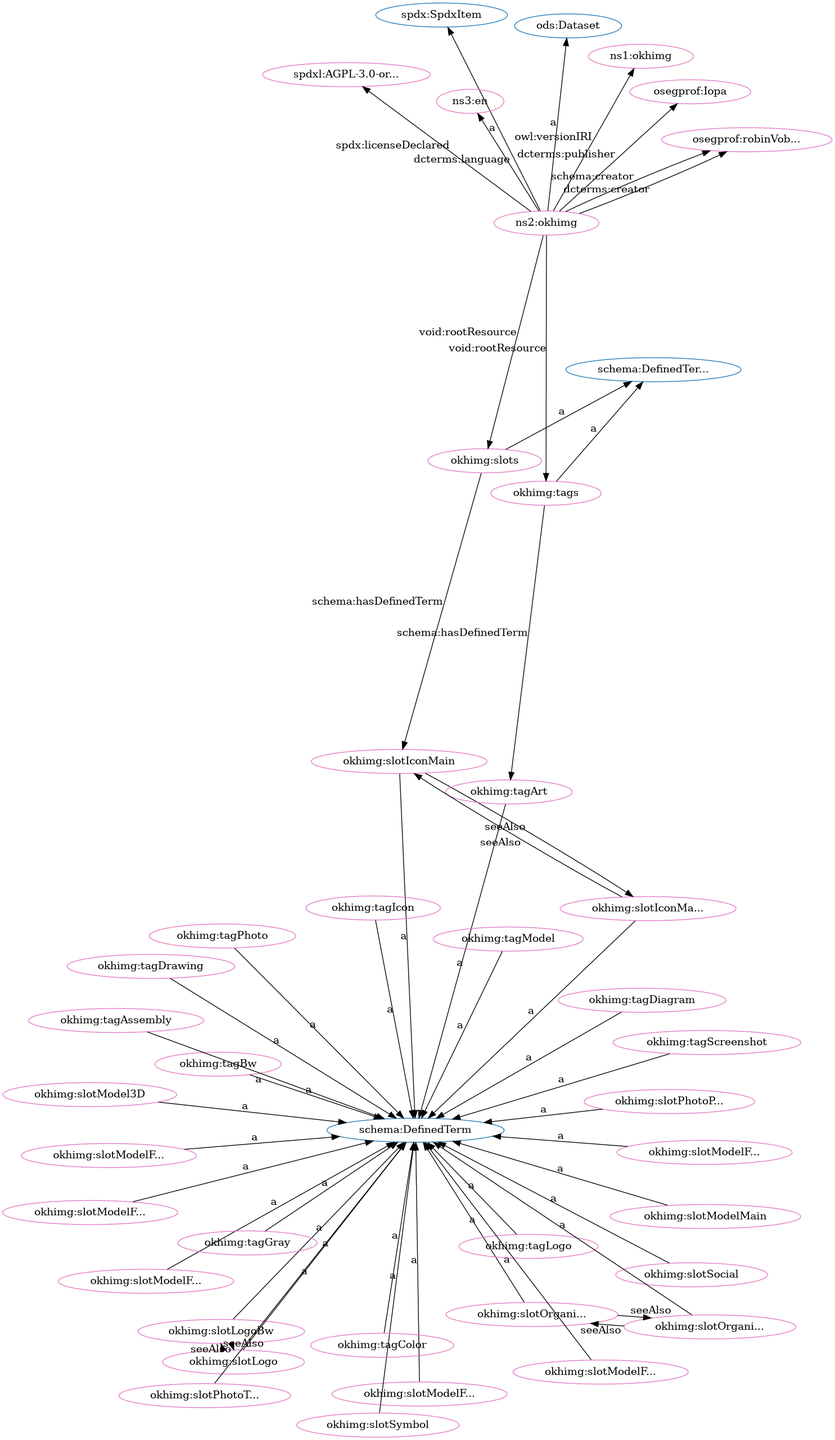
This is src/spec/fdp_okh-img.png from iop-alliance/OpenKnowHow, a Graphviz export, as it was before one commit. Its source is kept beside it as src/spec/fdp_okh-img.dot.
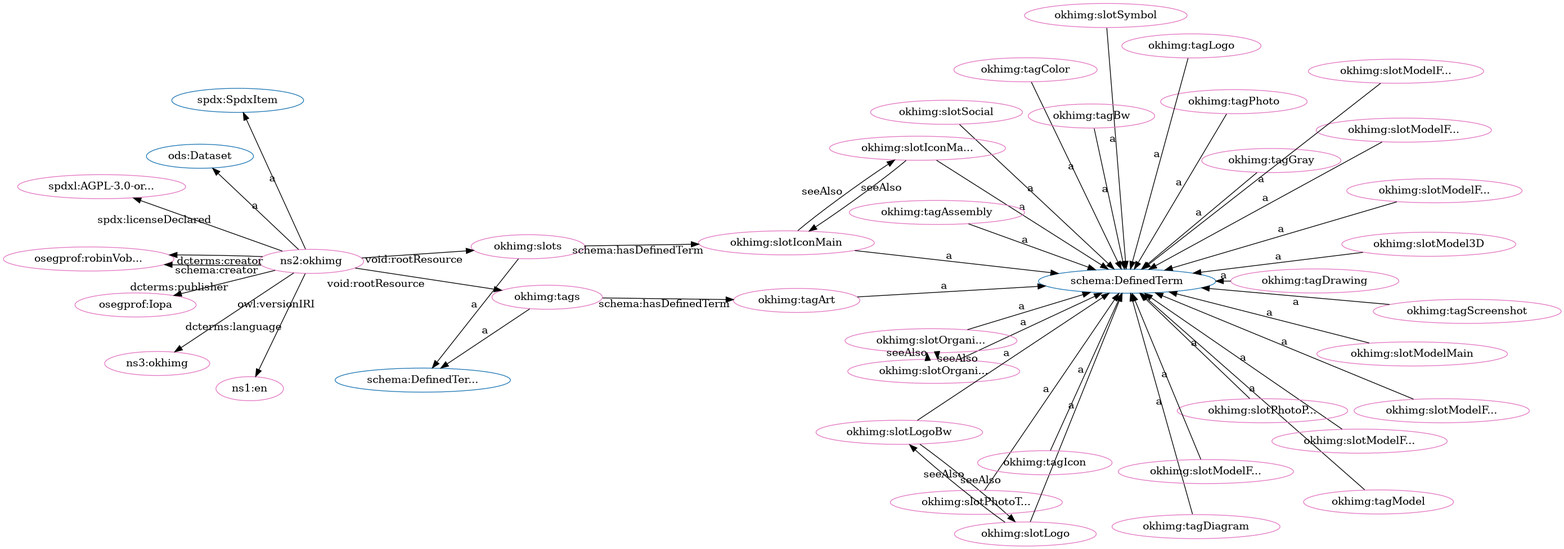
Later version of the same file.

Change to the diagram source:
```diff
@@ -1,96 +1,96 @@
 digraph G {
   rankdir=BT
   node[height=.3]
+"http://schema.org/DefinedTerm" [fillcolor="#1f77b4" color="#1f77b4" label="schema:DefinedTerm"]
 "http://spdx.org/rdf/terms#SpdxItem" [fillcolor="#1f77b4" color="#1f77b4" label="spdx:SpdxItem"]
-"http://schema.org/DefinedTerm" [fillcolor="#1f77b4" color="#1f77b4" label="schema:DefinedTerm"]
 "http://schema.org/DefinedTermSet" [fillcolor="#1f77b4" color="#1f77b4" label="schema:DefinedTer..."]
 "http://w3id.org/oseg/ont/ods#Dataset" [fillcolor="#1f77b4" color="#1f77b4" label="ods:Dataset"]
-"http://w3id.org/oseg/ont/0.1.0/okhimg" [fillcolor="#e377c2" color="#e377c2" label="ns1:okhimg"]
+"http://w3id.org/oseg/ont/okhimg#tagColor" [fillcolor="#e377c2" color="#e377c2" label="okhimg:tagColor"]
+"http://w3id.org/oseg/ont/okhimg#slotSocial" [fillcolor="#e377c2" color="#e377c2" label="okhimg:slotSocial"]
+"http://id.loc.gov/vocabulary/iso639-1/en" [fillcolor="#e377c2" color="#e377c2" label="ns1:en"]
+"http://w3id.org/oseg/ont/okhimg#tagArt" [fillcolor="#e377c2" color="#e377c2" label="okhimg:tagArt"]
+"http://w3id.org/oseg/ont/okhimg#tags" [fillcolor="#e377c2" color="#e377c2" label="okhimg:tags"]
+"http://w3id.org/oseg/ont/okhimg#slotModelFromBack" [fillcolor="#e377c2" color="#e377c2" label="okhimg:slotModelF..."]
 "http://w3id.org/oseg/ont/okhimg#slotIconMain" [fillcolor="#e377c2" color="#e377c2" label="okhimg:slotIconMain"]
 "http://w3id.org/oseg/ont/okhimg#slotModelMain" [fillcolor="#e377c2" color="#e377c2" label="okhimg:slotModelMain"]
+"http://w3id.org/oseg/ont/okhimg#tagModel" [fillcolor="#e377c2" color="#e377c2" label="okhimg:tagModel"]
+"http://spdx.org/licenses/AGPL-3.0-or-later" [fillcolor="#e377c2" color="#e377c2" label="spdxl:AGPL-3.0-or..."]
+"http://w3id.org/oseg/ont/okhimg#slotOrganizationLogo" [fillcolor="#e377c2" color="#e377c2" label="okhimg:slotOrgani..."]
+"http://w3id.org/oseg/ont/okhimg#slotModelFromRight" [fillcolor="#e377c2" color="#e377c2" label="okhimg:slotModelF..."]
+"http://w3id.org/oseg/ont/okhimg#tagGray" [fillcolor="#e377c2" color="#e377c2" label="okhimg:tagGray"]
+"http://w3id.org/oseg/ont/okhimg" [fillcolor="#e377c2" color="#e377c2" label="ns2:okhimg"]
+"http://w3id.org/oseg/ont/okhimg#slotIconMainBw" [fillcolor="#e377c2" color="#e377c2" label="okhimg:slotIconMa..."]
+"http://w3id.org/oseg/ont/okhimg#tagDiagram" [fillcolor="#e377c2" color="#e377c2" label="okhimg:tagDiagram"]
+"http://w3id.org/oseg/ont/okhimg#slotModelFromFront" [fillcolor="#e377c2" color="#e377c2" label="okhimg:slotModelF..."]
+"http://w3id.org/oseg/ont/okhimg#slotPhotoPackaging" [fillcolor="#e377c2" color="#e377c2" label="okhimg:slotPhotoP..."]
+"http://w3id.org/oseg/ont/okhimg#slotOrganizationLogoBw" [fillcolor="#e377c2" color="#e377c2" label="okhimg:slotOrgani..."]
+"http://w3id.org/oseg/ont/okhimg#slotModelFromLeft" [fillcolor="#e377c2" color="#e377c2" label="okhimg:slotModelF..."]
+"http://w3id.org/oseg/ont/okhimg#slotSymbol" [fillcolor="#e377c2" color="#e377c2" label="okhimg:slotSymbol"]
 "http://w3id.org/oseg/ont/okhimg#slotLogoBw" [fillcolor="#e377c2" color="#e377c2" label="okhimg:slotLogoBw"]
 "http://w3id.org/oseg/ont/okhimg#slotPhotoThingMain" [fillcolor="#e377c2" color="#e377c2" label="okhimg:slotPhotoT..."]
-"http://w3id.org/oseg/ont/okhimg#tagDiagram" [fillcolor="#e377c2" color="#e377c2" label="okhimg:tagDiagram"]
+"http://w3id.org/oseg/ont/okhimg#slots" [fillcolor="#e377c2" color="#e377c2" label="okhimg:slots"]
+"http://w3id.org/oseg/ont/okhimg#slotModelFromBelow" [fillcolor="#e377c2" color="#e377c2" label="okhimg:slotModelF..."]
+"http://w3id.org/oseg/ont/0.1.0/okhimg" [fillcolor="#e377c2" color="#e377c2" label="ns3:okhimg"]
+"http://w3id.org/oseg/ont/okhimg#tagAssembly" [fillcolor="#e377c2" color="#e377c2" label="okhimg:tagAssembly"]
+"http://w3id.org/oseg/ont/okhimg#slotLogo" [fillcolor="#e377c2" color="#e377c2" label="okhimg:slotLogo"]
+"http://w3id.org/oseg/ont/okhimg#tagScreenshot" [fillcolor="#e377c2" color="#e377c2" label="okhimg:tagScreenshot"]
+"http://w3id.org/oseg/ont/oseg-profiles#robinVobruba" [fillcolor="#e377c2" color="#e377c2" label="osegprof:robinVob..."]
+"http://w3id.org/oseg/ont/okhimg#tagPhoto" [fillcolor="#e377c2" color="#e377c2" label="okhimg:tagPhoto"]
+"http://w3id.org/oseg/ont/okhimg#slotModel3D" [fillcolor="#e377c2" color="#e377c2" label="okhimg:slotModel3D"]
+"http://w3id.org/oseg/ont/okhimg#tagDrawing" [fillcolor="#e377c2" color="#e377c2" label="okhimg:tagDrawing"]
 "http://w3id.org/oseg/ont/okhimg#tagBw" [fillcolor="#e377c2" color="#e377c2" label="okhimg:tagBw"]
-"http://w3id.org/oseg/ont/okhimg#tagDrawing" [fillcolor="#e377c2" color="#e377c2" label="okhimg:tagDrawing"]
-"http://w3id.org/oseg/ont/okhimg" [fillcolor="#e377c2" color="#e377c2" label="ns2:okhimg"]
-"http://w3id.org/oseg/ont/okhimg#slotLogo" [fillcolor="#e377c2" color="#e377c2" label="okhimg:slotLogo"]
-"http://w3id.org/oseg/ont/okhimg#slotPhotoPackaging" [fillcolor="#e377c2" color="#e377c2" label="okhimg:slotPhotoP..."]
-"http://w3id.org/oseg/ont/okhimg#tags" [fillcolor="#e377c2" color="#e377c2" label="okhimg:tags"]
-"http://w3id.org/oseg/ont/okhimg#tagArt" [fillcolor="#e377c2" color="#e377c2" label="okhimg:tagArt"]
-"http://w3id.org/oseg/ont/okhimg#slotModelFromFront" [fillcolor="#e377c2" color="#e377c2" label="okhimg:slotModelF..."]
-"http://w3id.org/oseg/ont/okhimg#slotModel3D" [fillcolor="#e377c2" color="#e377c2" label="okhimg:slotModel3D"]
-"http://w3id.org/oseg/ont/okhimg#slotOrganizationLogo" [fillcolor="#e377c2" color="#e377c2" label="okhimg:slotOrgani..."]
-"http://w3id.org/oseg/ont/okhimg#slotSocial" [fillcolor="#e377c2" color="#e377c2" label="okhimg:slotSocial"]
-"http://w3id.org/oseg/ont/okhimg#slotModelFromRight" [fillcolor="#e377c2" color="#e377c2" label="okhimg:slotModelF..."]
-"http://w3id.org/oseg/ont/okhimg#tagAssembly" [fillcolor="#e377c2" color="#e377c2" label="okhimg:tagAssembly"]
+"http://w3id.org/oseg/ont/oseg-profiles#Iopa" [fillcolor="#e377c2" color="#e377c2" label="osegprof:Iopa"]
+"http://w3id.org/oseg/ont/okhimg#tagIcon" [fillcolor="#e377c2" color="#e377c2" label="okhimg:tagIcon"]
+"http://w3id.org/oseg/ont/okhimg#slotModelFromAbove" [fillcolor="#e377c2" color="#e377c2" label="okhimg:slotModelF..."]
 "http://w3id.org/oseg/ont/okhimg#tagLogo" [fillcolor="#e377c2" color="#e377c2" label="okhimg:tagLogo"]
-"http://id.loc.gov/vocabulary/iso639-1/en" [fillcolor="#e377c2" color="#e377c2" label="ns3:en"]
-"http://w3id.org/oseg/ont/okhimg#slotModelFromBack" [fillcolor="#e377c2" color="#e377c2" label="okhimg:slotModelF..."]
-"http://w3id.org/oseg/ont/oseg-profiles#robinVobruba" [fillcolor="#e377c2" color="#e377c2" label="osegprof:robinVob..."]
-"http://w3id.org/oseg/ont/okhimg#tagGray" [fillcolor="#e377c2" color="#e377c2" label="okhimg:tagGray"]
-"http://w3id.org/oseg/ont/okhimg#slotModelFromAbove" [fillcolor="#e377c2" color="#e377c2" label="okhimg:slotModelF..."]
-"http://w3id.org/oseg/ont/okhimg#tagPhoto" [fillcolor="#e377c2" color="#e377c2" label="okhimg:tagPhoto"]
-"http://w3id.org/oseg/ont/okhimg#slotSymbol" [fillcolor="#e377c2" color="#e377c2" label="okhimg:slotSymbol"]
-"http://w3id.org/oseg/ont/okhimg#slotIconMainBw" [fillcolor="#e377c2" color="#e377c2" label="okhimg:slotIconMa..."]
-"http://spdx.org/licenses/AGPL-3.0-or-later" [fillcolor="#e377c2" color="#e377c2" label="spdxl:AGPL-3.0-or..."]
-"http://w3id.org/oseg/ont/okhimg#slotOrganizationLogoBw" [fillcolor="#e377c2" color="#e377c2" label="okhimg:slotOrgani..."]
-"http://w3id.org/oseg/ont/okhimg#tagIcon" [fillcolor="#e377c2" color="#e377c2" label="okhimg:tagIcon"]
-"http://w3id.org/oseg/ont/okhimg#slotModelFromBelow" [fillcolor="#e377c2" color="#e377c2" label="okhimg:slotModelF..."]
-"http://w3id.org/oseg/ont/okhimg#slotModelFromLeft" [fillcolor="#e377c2" color="#e377c2" label="okhimg:slotModelF..."]
-"http://w3id.org/oseg/ont/okhimg#slots" [fillcolor="#e377c2" color="#e377c2" label="okhimg:slots"]
-"http://w3id.org/oseg/ont/okhimg#tagScreenshot" [fillcolor="#e377c2" color="#e377c2" label="okhimg:tagScreenshot"]
-"http://w3id.org/oseg/ont/okhimg#tagModel" [fillcolor="#e377c2" color="#e377c2" label="okhimg:tagModel"]
-"http://w3id.org/oseg/ont/oseg-profiles#Iopa" [fillcolor="#e377c2" color="#e377c2" label="osegprof:Iopa"]
-"http://w3id.org/oseg/ont/okhimg#tagColor" [fillcolor="#e377c2" color="#e377c2" label="okhimg:tagColor"]
-  "http://w3id.org/oseg/ont/okhimg" -> "http://w3id.org/oseg/ont/0.1.0/okhimg" [label="owl:versionIRI"]
+  "http://w3id.org/oseg/ont/okhimg#tagColor" -> "http://schema.org/DefinedTerm" [label="a"]
+  "http://w3id.org/oseg/ont/okhimg#slotSocial" -> "http://schema.org/DefinedTerm" [label="a"]
+  "http://w3id.org/oseg/ont/okhimg" -> "http://id.loc.gov/vocabulary/iso639-1/en" [label="dcterms:language"]
+  "http://w3id.org/oseg/ont/okhimg#tagArt" -> "http://schema.org/DefinedTerm" [label="a"]
+  "http://w3id.org/oseg/ont/okhimg#tags" -> "http://schema.org/DefinedTermSet" [label="a"]
+  "http://w3id.org/oseg/ont/okhimg#slotModelFromBack" -> "http://schema.org/DefinedTerm" [label="a"]
+  "http://w3id.org/oseg/ont/okhimg#tagModel" -> "http://schema.org/DefinedTerm" [label="a"]
+  "http://w3id.org/oseg/ont/okhimg#slotIconMainBw" -> "http://w3id.org/oseg/ont/okhimg#slotIconMain" [label="seeAlso"]
+  "http://w3id.org/oseg/ont/okhimg#slotModelMain" -> "http://schema.org/DefinedTerm" [label="a"]
+  "http://w3id.org/oseg/ont/okhimg" -> "http://spdx.org/licenses/AGPL-3.0-or-later" [label="spdx:licenseDeclared"]
+  "http://w3id.org/oseg/ont/okhimg#slotOrganizationLogo" -> "http://schema.org/DefinedTerm" [label="a"]
+  "http://w3id.org/oseg/ont/okhimg#slotModelFromRight" -> "http://schema.org/DefinedTerm" [label="a"]
+  "http://w3id.org/oseg/ont/okhimg#tagGray" -> "http://schema.org/DefinedTerm" [label="a"]
+  "http://w3id.org/oseg/ont/okhimg" -> "http://w3id.org/oseg/ont/ods#Dataset" [label="a"]
   "http://w3id.org/oseg/ont/okhimg#slots" -> "http://w3id.org/oseg/ont/okhimg#slotIconMain" [label="schema:hasDefinedTerm"]
-  "http://w3id.org/oseg/ont/okhimg#slotModelMain" -> "http://schema.org/DefinedTerm" [label="a"]
+  "http://w3id.org/oseg/ont/okhimg#slotIconMainBw" -> "http://schema.org/DefinedTerm" [label="a"]
+  "http://w3id.org/oseg/ont/okhimg#tagDiagram" -> "http://schema.org/DefinedTerm" [label="a"]
+  "http://w3id.org/oseg/ont/okhimg#slotModelFromFront" -> "http://schema.org/DefinedTerm" [label="a"]
+  "http://w3id.org/oseg/ont/okhimg#slotPhotoPackaging" -> "http://schema.org/DefinedTerm" [label="a"]
+  "http://w3id.org/oseg/ont/okhimg#slotOrganizationLogo" -> "http://w3id.org/oseg/ont/okhimg#slotOrganizationLogoBw" [label="seeAlso"]
+  "http://w3id.org/oseg/ont/okhimg#slotModelFromLeft" -> "http://schema.org/DefinedTerm" [label="a"]
+  "http://w3id.org/oseg/ont/okhimg#slotSymbol" -> "http://schema.org/DefinedTerm" [label="a"]
   "http://w3id.org/oseg/ont/okhimg#slotLogo" -> "http://w3id.org/oseg/ont/okhimg#slotLogoBw" [label="seeAlso"]
   "http://w3id.org/oseg/ont/okhimg#slotPhotoThingMain" -> "http://schema.org/DefinedTerm" [label="a"]
+  "http://w3id.org/oseg/ont/okhimg" -> "http://w3id.org/oseg/ont/okhimg#slots" [label="void:rootResource"]
+  "http://w3id.org/oseg/ont/okhimg#tags" -> "http://w3id.org/oseg/ont/okhimg#tagArt" [label="schema:hasDefinedTerm"]
+  "http://w3id.org/oseg/ont/okhimg#slotIconMain" -> "http://w3id.org/oseg/ont/okhimg#slotIconMainBw" [label="seeAlso"]
+  "http://w3id.org/oseg/ont/okhimg#slotLogoBw" -> "http://schema.org/DefinedTerm" [label="a"]
+  "http://w3id.org/oseg/ont/okhimg#slotModelFromBelow" -> "http://schema.org/DefinedTerm" [label="a"]
+  "http://w3id.org/oseg/ont/okhimg" -> "http://w3id.org/oseg/ont/0.1.0/okhimg" [label="owl:versionIRI"]
   "http://w3id.org/oseg/ont/okhimg#slots" -> "http://schema.org/DefinedTermSet" [label="a"]
-  "http://w3id.org/oseg/ont/okhimg#tagDiagram" -> "http://schema.org/DefinedTerm" [label="a"]
+  "http://w3id.org/oseg/ont/okhimg#tagAssembly" -> "http://schema.org/DefinedTerm" [label="a"]
+  "http://w3id.org/oseg/ont/okhimg#slotLogo" -> "http://schema.org/DefinedTerm" [label="a"]
+  "http://w3id.org/oseg/ont/okhimg#slotLogoBw" -> "http://w3id.org/oseg/ont/okhimg#slotLogo" [label="seeAlso"]
+  "http://w3id.org/oseg/ont/okhimg#tagScreenshot" -> "http://schema.org/DefinedTerm" [label="a"]
+  "http://w3id.org/oseg/ont/okhimg" -> "http://w3id.org/oseg/ont/oseg-profiles#robinVobruba" [label="schema:creator"]
+  "http://w3id.org/oseg/ont/okhimg#slotOrganizationLogoBw" -> "http://w3id.org/oseg/ont/okhimg#slotOrganizationLogo" [label="seeAlso"]
+  "http://w3id.org/oseg/ont/okhimg" -> "http://w3id.org/oseg/ont/oseg-profiles#robinVobruba" [label="dcterms:creator"]
+  "http://w3id.org/oseg/ont/okhimg" -> "http://spdx.org/rdf/terms#SpdxItem" [label="a"]
+  "http://w3id.org/oseg/ont/okhimg#tagPhoto" -> "http://schema.org/DefinedTerm" [label="a"]
+  "http://w3id.org/oseg/ont/okhimg#slotModel3D" -> "http://schema.org/DefinedTerm" [label="a"]
+  "http://w3id.org/oseg/ont/okhimg#tagDrawing" -> "http://schema.org/DefinedTerm" [label="a"]
+  "http://w3id.org/oseg/ont/okhimg#tagBw" -> "http://schema.org/DefinedTerm" [label="a"]
+  "http://w3id.org/oseg/ont/okhimg" -> "http://w3id.org/oseg/ont/oseg-profiles#Iopa" [label="dcterms:publisher"]
   "http://w3id.org/oseg/ont/okhimg#slotIconMain" -> "http://schema.org/DefinedTerm" [label="a"]
-  "http://w3id.org/oseg/ont/okhimg#slotLogoBw" -> "http://schema.org/DefinedTerm" [label="a"]
-  "http://w3id.org/oseg/ont/okhimg#tagBw" -> "http://schema.org/DefinedTerm" [label="a"]
-  "http://w3id.org/oseg/ont/okhimg#tagDrawing" -> "http://schema.org/DefinedTerm" [label="a"]
-  "http://w3id.org/oseg/ont/okhimg" -> "http://spdx.org/rdf/terms#SpdxItem" [label="a"]
-  "http://w3id.org/oseg/ont/okhimg#slotLogoBw" -> "http://w3id.org/oseg/ont/okhimg#slotLogo" [label="seeAlso"]
-  "http://w3id.org/oseg/ont/okhimg#slotPhotoPackaging" -> "http://schema.org/DefinedTerm" [label="a"]
+  "http://w3id.org/oseg/ont/okhimg#slotOrganizationLogoBw" -> "http://schema.org/DefinedTerm" [label="a"]
+  "http://w3id.org/oseg/ont/okhimg#tagIcon" -> "http://schema.org/DefinedTerm" [label="a"]
   "http://w3id.org/oseg/ont/okhimg" -> "http://w3id.org/oseg/ont/okhimg#tags" [label="void:rootResource"]
-  "http://w3id.org/oseg/ont/okhimg#tagArt" -> "http://schema.org/DefinedTerm" [label="a"]
-  "http://w3id.org/oseg/ont/okhimg#slotModelFromFront" -> "http://schema.org/DefinedTerm" [label="a"]
-  "http://w3id.org/oseg/ont/okhimg#slotModel3D" -> "http://schema.org/DefinedTerm" [label="a"]
-  "http://w3id.org/oseg/ont/okhimg#slotOrganizationLogo" -> "http://schema.org/DefinedTerm" [label="a"]
-  "http://w3id.org/oseg/ont/okhimg#slotSocial" -> "http://schema.org/DefinedTerm" [label="a"]
-  "http://w3id.org/oseg/ont/okhimg#slotModelFromRight" -> "http://schema.org/DefinedTerm" [label="a"]
-  "http://w3id.org/oseg/ont/okhimg#tagAssembly" -> "http://schema.org/DefinedTerm" [label="a"]
+  "http://w3id.org/oseg/ont/okhimg#slotModelFromAbove" -> "http://schema.org/DefinedTerm" [label="a"]
   "http://w3id.org/oseg/ont/okhimg#tagLogo" -> "http://schema.org/DefinedTerm" [label="a"]
-  "http://w3id.org/oseg/ont/okhimg" -> "http://id.loc.gov/vocabulary/iso639-1/en" [label="dcterms:language"]
-  "http://w3id.org/oseg/ont/okhimg#slotModelFromBack" -> "http://schema.org/DefinedTerm" [label="a"]
-  "http://w3id.org/oseg/ont/okhimg" -> "http://w3id.org/oseg/ont/oseg-profiles#robinVobruba" [label="schema:creator"]
-  "http://w3id.org/oseg/ont/okhimg#tagGray" -> "http://schema.org/DefinedTerm" [label="a"]
-  "http://w3id.org/oseg/ont/okhimg#slotModelFromAbove" -> "http://schema.org/DefinedTerm" [label="a"]
-  "http://w3id.org/oseg/ont/okhimg#tagPhoto" -> "http://schema.org/DefinedTerm" [label="a"]
-  "http://w3id.org/oseg/ont/okhimg#slotSymbol" -> "http://schema.org/DefinedTerm" [label="a"]
-  "http://w3id.org/oseg/ont/okhimg#slotIconMainBw" -> "http://schema.org/DefinedTerm" [label="a"]
-  "http://w3id.org/oseg/ont/okhimg" -> "http://spdx.org/licenses/AGPL-3.0-or-later" [label="spdx:licenseDeclared"]
-  "http://w3id.org/oseg/ont/okhimg#slotLogo" -> "http://schema.org/DefinedTerm" [label="a"]
-  "http://w3id.org/oseg/ont/okhimg#slotIconMainBw" -> "http://w3id.org/oseg/ont/okhimg#slotIconMain" [label="seeAlso"]
-  "http://w3id.org/oseg/ont/okhimg#slotOrganizationLogo" -> "http://w3id.org/oseg/ont/okhimg#slotOrganizationLogoBw" [label="seeAlso"]
-  "http://w3id.org/oseg/ont/okhimg#tags" -> "http://w3id.org/oseg/ont/okhimg#tagArt" [label="schema:hasDefinedTerm"]
-  "http://w3id.org/oseg/ont/okhimg" -> "http://w3id.org/oseg/ont/oseg-profiles#robinVobruba" [label="dcterms:creator"]
-  "http://w3id.org/oseg/ont/okhimg#tags" -> "http://schema.org/DefinedTermSet" [label="a"]
-  "http://w3id.org/oseg/ont/okhimg#tagIcon" -> "http://schema.org/DefinedTerm" [label="a"]
-  "http://w3id.org/oseg/ont/okhimg#slotOrganizationLogoBw" -> "http://w3id.org/oseg/ont/okhimg#slotOrganizationLogo" [label="seeAlso"]
-  "http://w3id.org/oseg/ont/okhimg" -> "http://w3id.org/oseg/ont/ods#Dataset" [label="a"]
-  "http://w3id.org/oseg/ont/okhimg#slotModelFromBelow" -> "http://schema.org/DefinedTerm" [label="a"]
-  "http://w3id.org/oseg/ont/okhimg#slotIconMain" -> "http://w3id.org/oseg/ont/okhimg#slotIconMainBw" [label="seeAlso"]
-  "http://w3id.org/oseg/ont/okhimg#slotModelFromLeft" -> "http://schema.org/DefinedTerm" [label="a"]
-  "http://w3id.org/oseg/ont/okhimg" -> "http://w3id.org/oseg/ont/okhimg#slots" [label="void:rootResource"]
-  "http://w3id.org/oseg/ont/okhimg#tagScreenshot" -> "http://schema.org/DefinedTerm" [label="a"]
-  "http://w3id.org/oseg/ont/okhimg#tagModel" -> "http://schema.org/DefinedTerm" [label="a"]
-  "http://w3id.org/oseg/ont/okhimg#slotOrganizationLogoBw" -> "http://schema.org/DefinedTerm" [label="a"]
-  "http://w3id.org/oseg/ont/okhimg" -> "http://w3id.org/oseg/ont/oseg-profiles#Iopa" [label="dcterms:publisher"]
-  "http://w3id.org/oseg/ont/okhimg#tagColor" -> "http://schema.org/DefinedTerm" [label="a"]
 }
```
